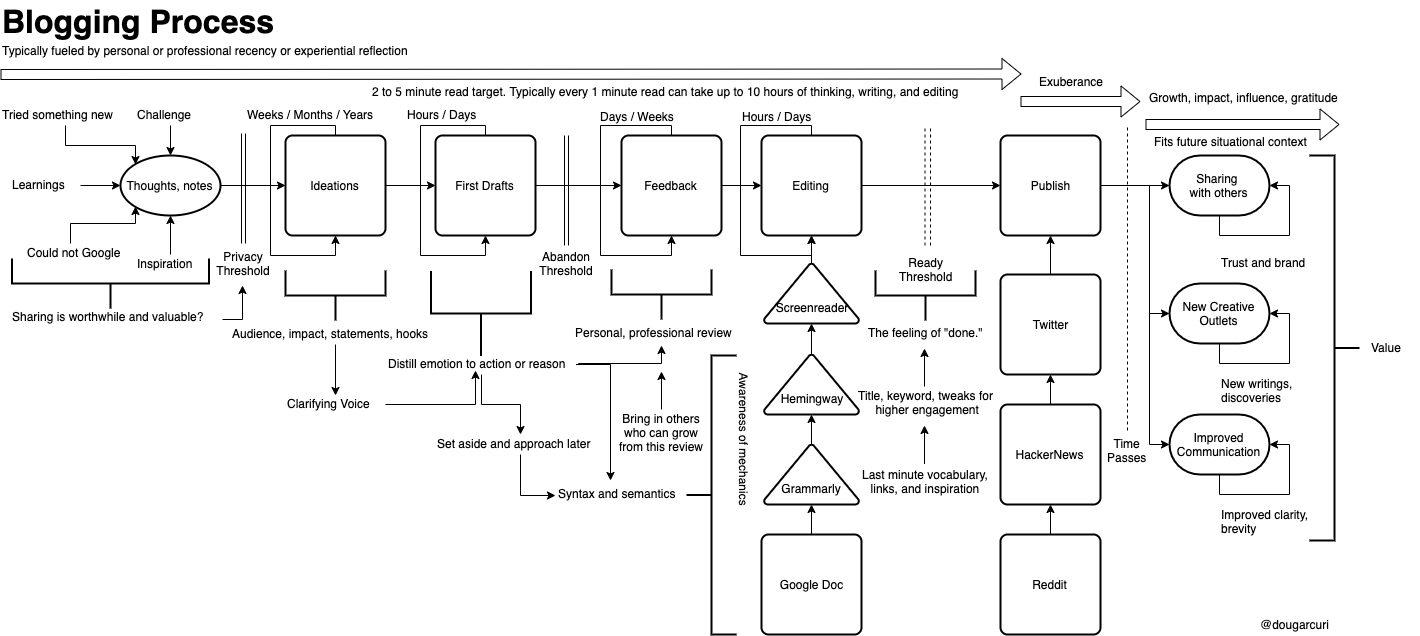
solidi/learning-notes keeps this draw.io diagram as mentoring/diagrams/blogging-process.png. Above is the earlier version. Source tidied: cells renumbered, new cells last; positions are measured from the earlier drawing's top-left corner, leaving out a move shared by most shapes.
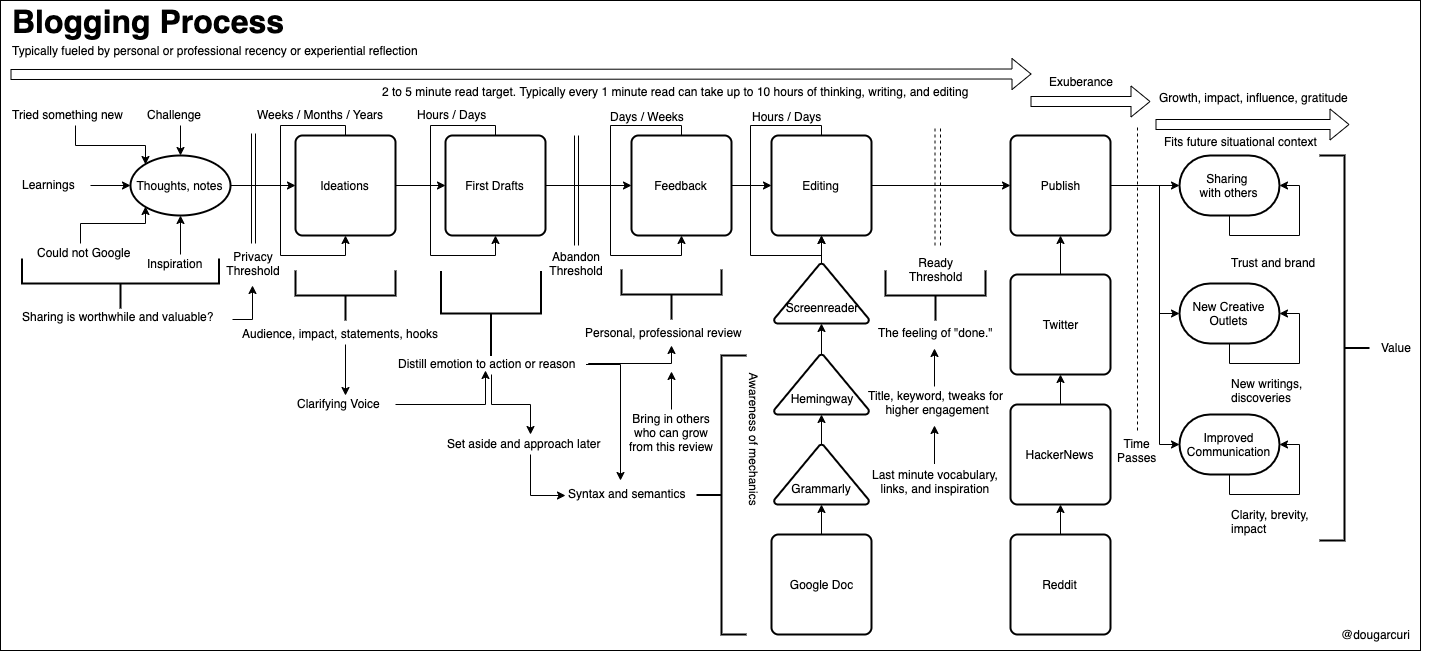
The same file after the commit.

Commit message:
Add border and impact

The edit, as a diff of the source:
```diff
@@ -2,6 +2,9 @@
   <root>
     <mxCell id="0" />
     <mxCell id="1" parent="0" />
+    <mxCell id="106" style="rounded=0;whiteSpace=wrap;html=1;align=center;fillColor=none;" parent="1" vertex="1">
+      <mxGeometry x="-10" width="1420" height="650" as="geometry" />
+    </mxCell>
     <mxCell id="2" style="edgeStyle=orthogonalEdgeStyle;rounded=0;jettySize=auto;html=1;exitX=1;exitY=0.5;exitDx=0;exitDy=0;entryX=0;entryY=0.5;entryDx=0;entryDy=0;" parent="1" edge="1" source="3" target="6">
       <mxGeometry relative="1" as="geometry" />
     </mxCell>
@@ -313,8 +316,8 @@
     <mxCell id="81" style="edgeStyle=orthogonalEdgeStyle;rounded=0;orthogonalLoop=1;jettySize=auto;html=1;exitX=0.5;exitY=1;exitDx=0;exitDy=0;exitPerimeter=0;entryX=1;entryY=0.5;entryDx=0;entryDy=0;entryPerimeter=0;" parent="1" edge="1" source="80" target="80">
       <mxGeometry relative="1" as="geometry" />
     </mxCell>
-    <mxCell id="82" value="Improved clarity, &lt;br&gt;brevity&amp;nbsp;" style="text;html=1;align=left;verticalAlign=top;spacingTop=-4;" parent="1" vertex="1">
-      <mxGeometry x="1219" y="504.5" width="100" height="30" as="geometry" />
+    <mxCell id="82" value="Clarity, brevity,&lt;br&gt;impact&amp;nbsp;" style="text;html=1;align=left;verticalAlign=top;spacingTop=-4;" parent="1" vertex="1">
+      <mxGeometry x="1219" y="504.5" width="90" height="30" as="geometry" />
     </mxCell>
     <mxCell id="83" style="strokeWidth=2;html=1;shape=mxgraph.flowchart.annotation_2;align=left;labelPosition=right;rotation=180;" parent="1" vertex="1">
       <mxGeometry x="1309" y="155" width="50" height="385" as="geometry" />
@@ -389,7 +392,7 @@
       </mxGeometry>
     </mxCell>
     <mxCell id="100" value="@dougarcuri" style="text;html=1;align=center;verticalAlign=middle;" parent="1" vertex="1">
-      <mxGeometry x="1254" y="614" width="80" height="20" as="geometry" />
+      <mxGeometry x="1325" y="624" width="80" height="20" as="geometry" />
     </mxCell>
     <mxCell id="101" value="Bring in others&lt;br&gt;who can grow&lt;br&gt;from this review" style="text;html=1;align=center;verticalAlign=top;spacingTop=-4;" parent="1" vertex="1">
       <mxGeometry x="611" y="409" width="100" height="40" as="geometry" />
```
